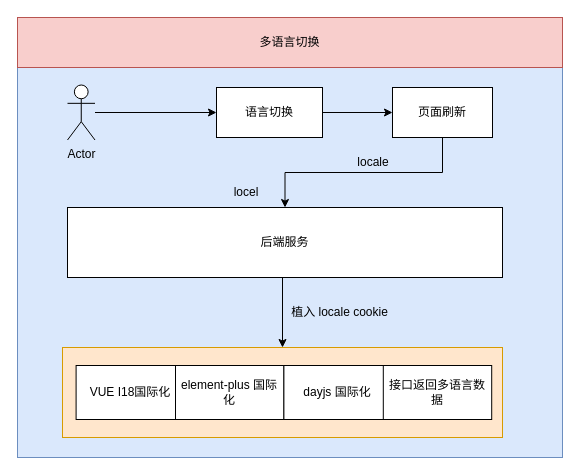
Above: src/diagrams/marketing/多语言.drawio in 2632755669/draw.io-diagrams (draw.io), before the change. Source tidied: cells renumbered, new cells numbered last; positions are measured from the earlier drawing's top-left corner, leaving out a move shared by most shapes. Both pictures are drawn from the tidied source at 100%, with x=0, y=0 at pixel (17, 17).
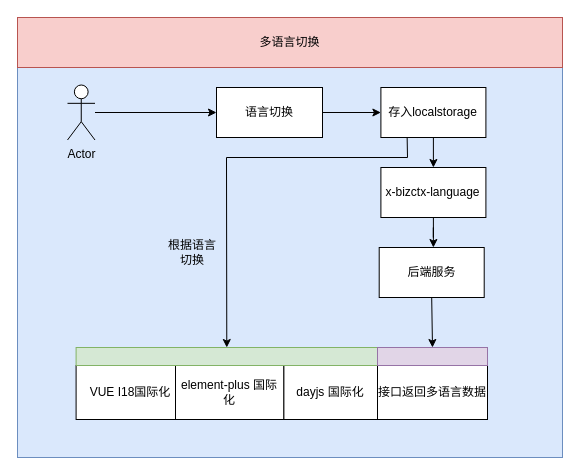
Above is the later version.

Commit message:
更新多语言.drawio

Change to the diagram source:
```diff
@@
-    <mxCell id="2" style="group;" parent="1" vertex="1">
+    <mxCell id="2" style="group;fillColor=#ffe6cc;strokeColor=#d79b00;" parent="1" vertex="1">
       <mxGeometry width="545" height="440" as="geometry" />
     </mxCell>
@@
-    <mxCell id="8" style="edgeStyle=orthogonalEdgeStyle;rounded=0;jettySize=auto;html=1;" parent="2" edge="1" source="9" target="10">
-      <mxGeometry relative="1" as="geometry" />
-    </mxCell>
-    <mxCell id="9" value="页面刷新" style="rounded=0;whiteSpace=wrap;html=1;" parent="2" vertex="1">
-      <mxGeometry x="375" y="70" width="100" height="50" as="geometry" />
+    <mxCell id="9" value="存入localstorage" style="rounded=0;whiteSpace=wrap;html=1;" parent="2" vertex="1">
+      <mxGeometry x="363.4" y="70" width="105" height="50" as="geometry" />
     </mxCell>
     <mxCell id="10" value="后端服务" style="rounded=0;whiteSpace=wrap;html=1;" parent="2" vertex="1">
-      <mxGeometry x="50" y="190" width="435" height="70" as="geometry" />
+      <mxGeometry x="361.7" y="230" width="105" height="50" as="geometry" />
     </mxCell>
-    <mxCell id="11" value="locale" style="text;html=1;align=center;verticalAlign=middle;whiteSpace=wrap;rounded=0;" parent="2" vertex="1">
-      <mxGeometry x="326.4" y="130" width="60" height="30" as="geometry" />
-    </mxCell>
+    <mxCell id="14" style="rounded=0;whiteSpace=wrap;html=1;fillColor=#ffe6cc;strokeColor=#d79b00;" parent="2" vertex="1">
+      <mxGeometry x="60" y="330" width="410" height="70" as="geometry" />
+    </mxCell>
-    <mxCell id="12" style="endArrow=classic;html=1;rounded=0;entryX=0.5;entryY=0;entryDx=0;entryDy=0;entryPerimeter=0;" parent="2" edge="1" target="14">
-      <mxGeometry relative="1" as="geometry">
-        <mxPoint x="265" y="260" as="sourcePoint" />
-      </mxGeometry>
+    <mxCell id="12" style="endArrow=classic;html=1;rounded=0;entryX=0.5;entryY=0;entryDx=0;entryDy=0;exitX=0.5;exitY=1;exitDx=0;exitDy=0;" parent="2" edge="1" source="28" target="18">
+      <mxGeometry relative="1" as="geometry" />
     </mxCell>
-    <mxCell id="13" value="植入 locale cookie" style="text;html=1;align=center;verticalAlign=middle;whiteSpace=wrap;rounded=0;" parent="2" vertex="1">
-      <mxGeometry x="270" y="280" width="105" height="30" as="geometry" />
-    </mxCell>
-    <mxCell id="14" style="rounded=0;whiteSpace=wrap;html=1;fillColor=#ffe6cc;strokeColor=#d79b00;" parent="2" vertex="1">
-      <mxGeometry x="45" y="330" width="440" height="90" as="geometry" />
-    </mxCell>
@@
     <mxCell id="17" value="dayjs 国际化" style="rounded=0;whiteSpace=wrap;html=1;" parent="2" vertex="1">
-      <mxGeometry x="266.4" y="348" width="108.4" height="54" as="geometry" />
+      <mxGeometry x="266.4" y="348" width="93.6" height="54" as="geometry" />
     </mxCell>
     <mxCell id="18" value="接口返回多语言数据" style="rounded=0;whiteSpace=wrap;html=1;" parent="2" vertex="1">
-      <mxGeometry x="365.8" y="348" width="108.4" height="54" as="geometry" />
+      <mxGeometry x="360" y="348" width="110" height="54" as="geometry" />
     </mxCell>
@@
-    <mxCell id="20" value="locel" style="text;html=1;align=center;verticalAlign=middle;whiteSpace=wrap;rounded=0;" parent="2" vertex="1">
-      <mxGeometry x="199" y="160" width="60" height="30" as="geometry" />
-    </mxCell>
+    <mxCell id="21" style="edgeStyle=orthogonalEdgeStyle;rounded=0;jettySize=auto;html=1;entryX=0.516;entryY=0;entryDx=0;entryDy=0;entryPerimeter=0;" parent="2" edge="1" source="22" target="10">
+      <mxGeometry relative="1" as="geometry" />
+    </mxCell>
+    <mxCell id="22" value="x-bizctx-language" style="rounded=0;whiteSpace=wrap;html=1;" parent="2" vertex="1">
+      <mxGeometry x="363.4" y="150" width="105" height="50" as="geometry" />
+    </mxCell>
+    <mxCell id="23" style="endArrow=classic;html=1;rounded=0;exitX=0.25;exitY=1;exitDx=0;exitDy=0;" parent="2" edge="1" source="9" target="24">
+      <mxGeometry relative="1" as="geometry">
+        <Array as="points">
+          <mxPoint x="390" y="140" />
+          <mxPoint x="209" y="140" />
+        </Array>
+      </mxGeometry>
+    </mxCell>
+    <mxCell id="24" style="rounded=0;whiteSpace=wrap;html=1;fillColor=#d5e8d4;strokeColor=#82b366;" parent="2" vertex="1">
+      <mxGeometry x="58.6" y="330" width="301.4" height="18" as="geometry" />
+    </mxCell>
+    <mxCell id="25" style="endArrow=classic;html=1;rounded=0;exitX=0.5;exitY=1;exitDx=0;exitDy=0;" parent="2" edge="1" source="9" target="22">
+      <mxGeometry relative="1" as="geometry" />
+    </mxCell>
+    <mxCell id="26" value="根据语言切换" style="text;html=1;align=center;verticalAlign=middle;whiteSpace=wrap;rounded=0;" parent="2" vertex="1">
+      <mxGeometry x="145" y="200" width="60" height="70" as="geometry" />
+    </mxCell>
+    <mxCell id="27" style="endArrow=classic;html=1;rounded=0;entryX=0.5;entryY=0;entryDx=0;entryDy=0;exitX=0.5;exitY=1;exitDx=0;exitDy=0;" parent="2" edge="1" source="10" target="28">
+      <mxGeometry relative="1" as="geometry" />
+    </mxCell>
+    <mxCell id="28" style="rounded=0;whiteSpace=wrap;html=1;fillColor=#e1d5e7;strokeColor=#9673a6;" parent="2" vertex="1">
+      <mxGeometry x="360" y="330" width="110" height="18" as="geometry" />
+    </mxCell>
```
